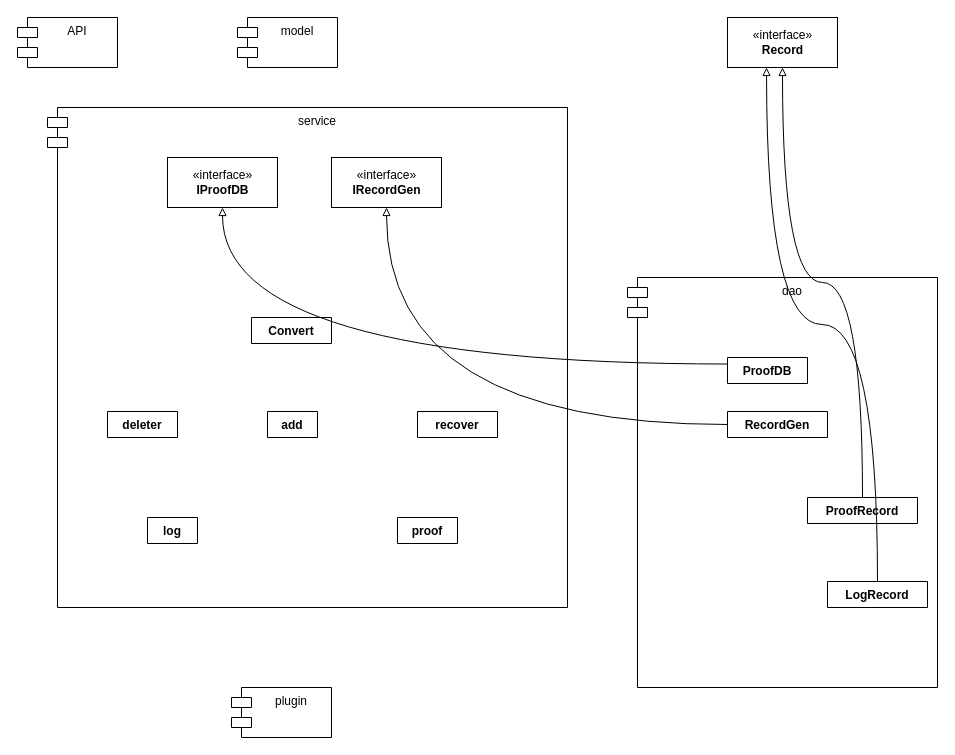
Above: Untitled Diagram.drawio in linj-disanbo/draw.io (draw.io), before the change. Source tidied: cells renumbered, new cells numbered last; positions are measured from the earlier drawing's top-left corner, leaving out a move shared by most shapes. Both pictures are drawn from the tidied source at 100%, with x=0, y=0 at pixel (17, 17).
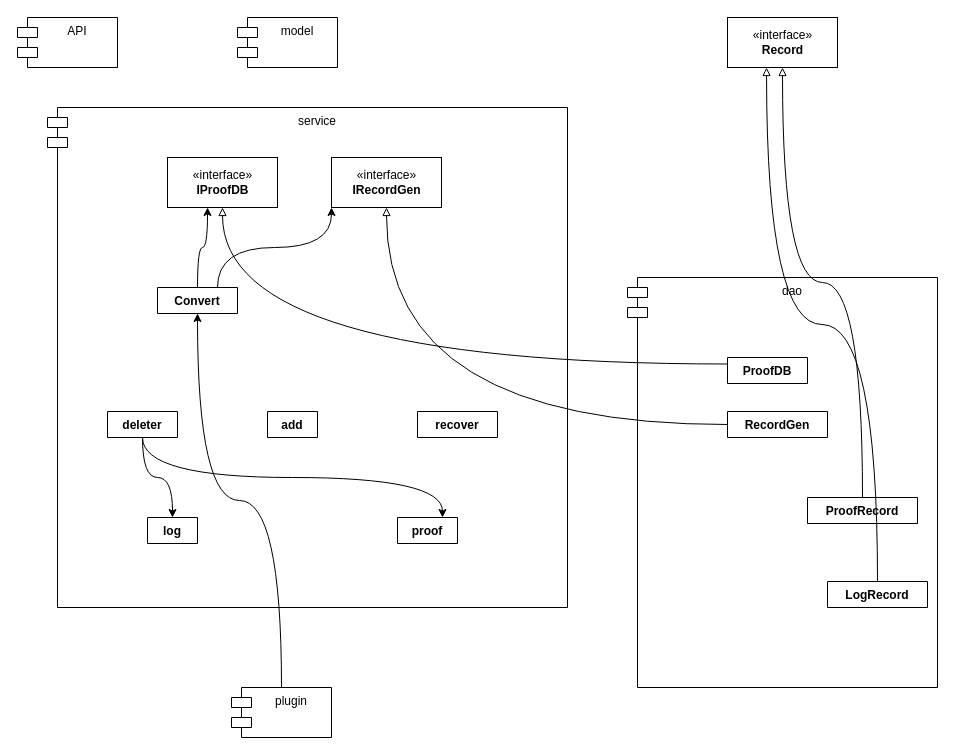
The same page after the edit.

Unchanged cells that the change refers to:
```xml
<mxCell id="3" value="«interface»&lt;br&gt;&lt;b&gt;IProofDB&lt;/b&gt;" style="html=1;" parent="1" vertex="1">
  <mxGeometry x="150" y="140" width="110" height="50" as="geometry" />
</mxCell>
<mxCell id="4" value="«interface»&lt;br&gt;&lt;b&gt;IRecordGen&lt;/b&gt;" style="html=1;" parent="1" vertex="1">
  <mxGeometry x="314" y="140" width="110" height="50" as="geometry" />
</mxCell>
<mxCell id="7" value="deleter" style="swimlane;fontStyle=1;align=center;verticalAlign=top;horizontal=1;startSize=26;" parent="1" vertex="1" collapsed="1">
  <mxGeometry x="90" y="394" width="70" height="26" as="geometry" />
</mxCell>
<mxCell id="9" value="log" style="swimlane;fontStyle=1;align=center;verticalAlign=top;horizontal=1;startSize=26;" parent="1" vertex="1" collapsed="1">
  <mxGeometry x="130" y="500" width="50" height="26" as="geometry" />
</mxCell>
<mxCell id="10" value="proof" style="swimlane;fontStyle=1;align=center;verticalAlign=top;horizontal=1;startSize=26;" parent="1" vertex="1" collapsed="1">
  <mxGeometry x="380" y="500" width="60" height="26" as="geometry" />
</mxCell>
<mxCell id="14" value="plugin" style="shape=module;align=left;spacingLeft=20;align=center;verticalAlign=top;" parent="1" vertex="1">
  <mxGeometry x="214" y="670" width="100" height="50" as="geometry" />
</mxCell>
```

Diff of the diagram source:
```diff
@@
+    <mxCell id="24" style="edgeStyle=orthogonalEdgeStyle;curved=1;rounded=0;jettySize=auto;html=1;exitX=0.5;exitY=1;exitDx=0;exitDy=0;endFill=1;" parent="1" edge="1" source="7" target="9">
+      <mxGeometry relative="1" as="geometry" />
+    </mxCell>
+    <mxCell id="25" style="edgeStyle=orthogonalEdgeStyle;curved=1;rounded=0;jettySize=auto;html=1;exitX=0.5;exitY=1;exitDx=0;exitDy=0;entryX=0.75;entryY=0;entryDx=0;entryDy=0;endFill=1;" parent="1" edge="1" source="7" target="10">
+      <mxGeometry relative="1" as="geometry" />
+    </mxCell>
@@
-    <mxCell id="8" value="Convert" style="swimlane;fontStyle=1;align=center;verticalAlign=top;horizontal=1;startSize=26;" parent="1" vertex="1" collapsed="1">
-      <mxGeometry x="234" y="300" width="80" height="26" as="geometry" />
-    </mxCell>
@@
+    <mxCell id="26" style="edgeStyle=orthogonalEdgeStyle;curved=1;rounded=0;jettySize=auto;html=1;exitX=0.5;exitY=0;exitDx=0;exitDy=0;entryX=0.5;entryY=1;entryDx=0;entryDy=0;endFill=1;" parent="1" edge="1" source="14" target="8">
+      <mxGeometry relative="1" as="geometry" />
+    </mxCell>
@@
+    <mxCell id="27" style="edgeStyle=orthogonalEdgeStyle;curved=1;rounded=0;jettySize=auto;html=1;exitX=0.5;exitY=0;exitDx=0;exitDy=0;entryX=0.364;entryY=1;entryDx=0;entryDy=0;entryPerimeter=0;endArrow=classic;endFill=1;" parent="1" edge="1" source="8" target="3">
+      <mxGeometry relative="1" as="geometry" />
+    </mxCell>
+    <mxCell id="28" style="edgeStyle=orthogonalEdgeStyle;curved=1;rounded=0;jettySize=auto;html=1;exitX=0.75;exitY=0;exitDx=0;exitDy=0;entryX=0;entryY=1;entryDx=0;entryDy=0;endFill=1;" parent="1" edge="1" source="8" target="4">
+      <mxGeometry relative="1" as="geometry" />
+    </mxCell>
+    <mxCell id="8" value="Convert" style="swimlane;fontStyle=1;align=center;verticalAlign=top;horizontal=1;startSize=26;" parent="1" vertex="1" collapsed="1">
+      <mxGeometry x="140" y="270" width="80" height="26" as="geometry" />
+    </mxCell>
```
